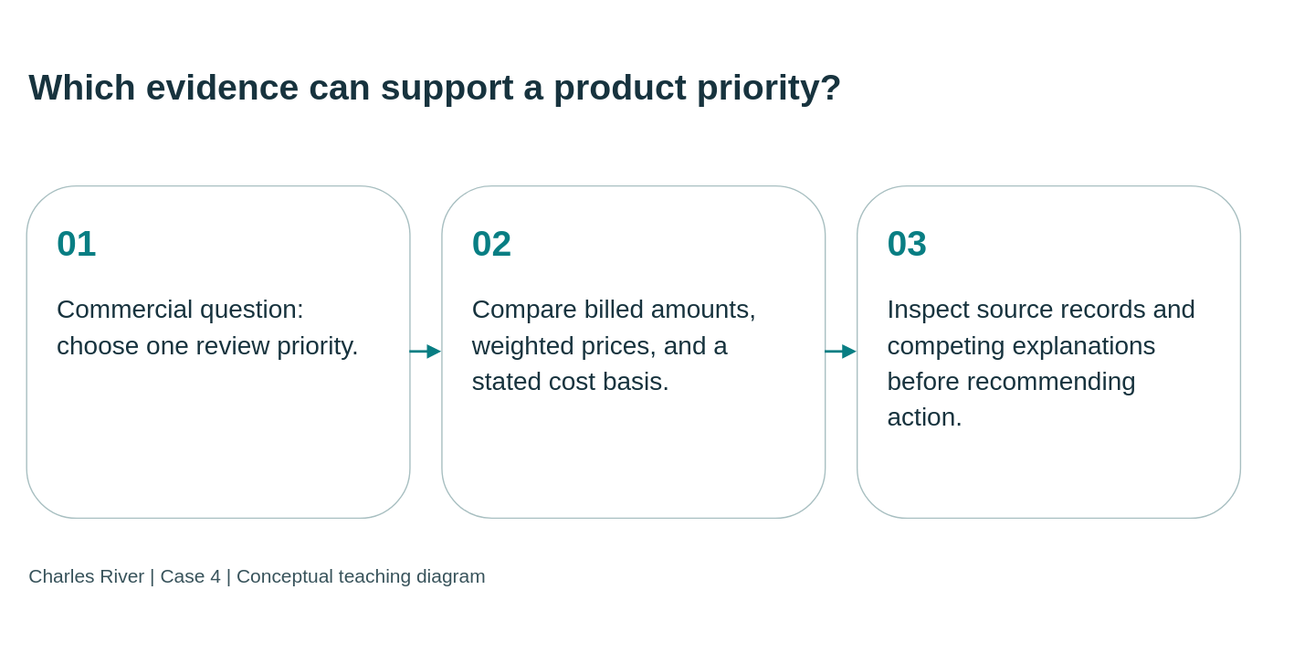
Earlier version of the draw.io export static/diagrams/cases/case04-decision.svg (mmcodesso/CharlesRiver_Database). Source tidied: cells renumbered, new cells last; positions are measured from the earlier drawing's top-left corner, leaving out a move shared by most shapes.
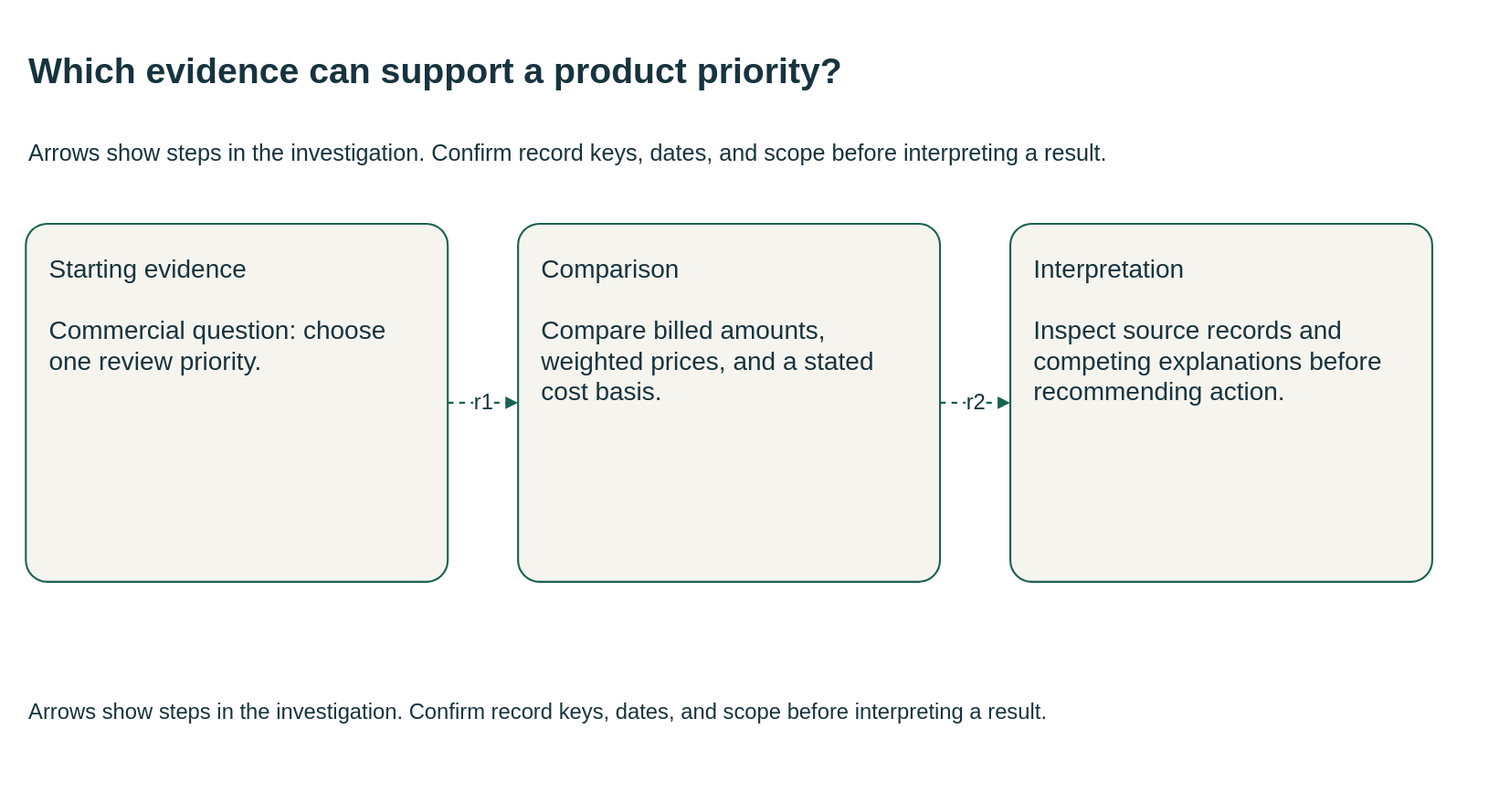
Above is the later version.

What changed in the source:
```diff
@@ -1,27 +1,30 @@
-<mxGraphModel background="#f5f5ee">
+<mxGraphModel background="#FFFFFF">
   <root>
     <mxCell id="0" />
     <mxCell id="1" parent="0" />
-    <mxCell id="2" value="Which evidence can support a product priority?" style="text;html=0;strokeColor=none;fillColor=none;align=left;verticalAlign=middle;whiteSpace=wrap;fontSize=28;fontStyle=1;fontColor=#17333e;fontFamily=Arial;" parent="1" vertex="1">
-      <mxGeometry width="950" height="95" as="geometry" />
+    <mxCell id="2" value="Which evidence can support a product priority?" style="html=0;fontFamily=Arial;fontSize=20;fontColor=#17333e;strokeColor=#196252;strokeWidth=1.5;whiteSpace=wrap;text;strokeColor=none;fillColor=none;align=left;verticalAlign=middle;fontSize=28;fontStyle=1;" parent="1" vertex="1">
+      <mxGeometry y="-10" width="1110" height="70" as="geometry" />
     </mxCell>
+    <mxCell id="9" value="Arrows show steps in the investigation. Confirm record keys, dates, and scope before interpreting a result." style="html=0;fontFamily=Arial;fontSize=20;fontColor=#17333e;strokeColor=#196252;strokeWidth=1.5;whiteSpace=wrap;text;strokeColor=none;fillColor=none;align=left;verticalAlign=middle;fontSize=18;fontStyle=0;" parent="1" vertex="1">
+      <mxGeometry y="62" width="1110" height="55" as="geometry" />
+    </mxCell>
-    <mxCell id="3" value="&lt;div style=&quot;font-size:28px;color:#087e83;font-weight:bold;margin-bottom:20px&quot;&gt;01&lt;/div&gt;&lt;div style=&quot;font-size:20px;line-height:1.4&quot;&gt;Commercial question: choose one review priority.&lt;/div&gt;" style="rounded=1;whiteSpace=wrap;html=1;fillColor=#ffffff;strokeColor=#a8bfc1;fontColor=#17333e;align=left;verticalAlign=top;spacing=24;fontFamily=Arial;fontSize=20;" parent="1" vertex="1">
-      <mxGeometry y="125" width="300" height="260" as="geometry" />
+    <mxCell id="3" value="Starting evidence&#10;&#10;Commercial question: choose one review priority." style="html=0;fontFamily=Arial;fontSize=20;fontColor=#17333e;strokeColor=#196252;strokeWidth=1.5;whiteSpace=wrap;rounded=1;arcSize=6;fillColor=#f6f4ee;align=left;verticalAlign=top;spacing=18;" parent="1" vertex="1">
+      <mxGeometry y="145" width="330" height="280" as="geometry" />
     </mxCell>
-    <mxCell id="4" value="&lt;div style=&quot;font-size:28px;color:#087e83;font-weight:bold;margin-bottom:20px&quot;&gt;02&lt;/div&gt;&lt;div style=&quot;font-size:20px;line-height:1.4&quot;&gt;Compare billed amounts, weighted prices, and a stated cost basis.&lt;/div&gt;" style="rounded=1;whiteSpace=wrap;html=1;fillColor=#ffffff;strokeColor=#a8bfc1;fontColor=#17333e;align=left;verticalAlign=top;spacing=24;fontFamily=Arial;fontSize=20;" parent="1" vertex="1">
-      <mxGeometry x="325" y="125" width="300" height="260" as="geometry" />
+    <mxCell id="4" value="Comparison&#10;&#10;Compare billed amounts, weighted prices, and a stated cost basis." style="html=0;fontFamily=Arial;fontSize=20;fontColor=#17333e;strokeColor=#196252;strokeWidth=1.5;whiteSpace=wrap;rounded=1;arcSize=6;fillColor=#f6f4ee;align=left;verticalAlign=top;spacing=18;" parent="1" vertex="1">
+      <mxGeometry x="385" y="145" width="330" height="280" as="geometry" />
     </mxCell>
-    <mxCell id="5" value="&lt;div style=&quot;font-size:28px;color:#087e83;font-weight:bold;margin-bottom:20px&quot;&gt;03&lt;/div&gt;&lt;div style=&quot;font-size:20px;line-height:1.4&quot;&gt;Inspect source records and competing explanations before recommending action.&lt;/div&gt;" style="rounded=1;whiteSpace=wrap;html=1;fillColor=#ffffff;strokeColor=#a8bfc1;fontColor=#17333e;align=left;verticalAlign=top;spacing=24;fontFamily=Arial;fontSize=20;" parent="1" vertex="1">
-      <mxGeometry x="650" y="125" width="300" height="260" as="geometry" />
+    <mxCell id="5" value="Interpretation&#10;&#10;Inspect source records and competing explanations before recommending action." style="html=0;fontFamily=Arial;fontSize=20;fontColor=#17333e;strokeColor=#196252;strokeWidth=1.5;whiteSpace=wrap;rounded=1;arcSize=6;fillColor=#f6f4ee;align=left;verticalAlign=top;spacing=18;" parent="1" vertex="1">
+      <mxGeometry x="770" y="145" width="330" height="280" as="geometry" />
     </mxCell>
-    <mxCell id="6" style="edgeStyle=orthogonalEdgeStyle;rounded=0;html=1;endArrow=block;endFill=1;strokeColor=#087e83;strokeWidth=2;" parent="1" edge="1" source="3" target="4">
+    <mxCell id="6" value="r1" style="html=0;fontFamily=Arial;fontSize=20;fontColor=#17333e;strokeColor=#196252;strokeWidth=1.5;whiteSpace=wrap;edgeStyle=orthogonalEdgeStyle;rounded=0;fillColor=none;fontSize=17;labelBackgroundColor=#FFFFFF;startArrow=none;endArrow=block;endFill=1;dashed=1;exitX=1;exitY=0.5;entryX=0;entryY=0.5;" parent="1" edge="1" source="3" target="4">
       <mxGeometry relative="1" as="geometry" />
     </mxCell>
-    <mxCell id="7" style="edgeStyle=orthogonalEdgeStyle;rounded=0;html=1;endArrow=block;endFill=1;strokeColor=#087e83;strokeWidth=2;" parent="1" edge="1" source="4" target="5">
+    <mxCell id="7" value="r2" style="html=0;fontFamily=Arial;fontSize=20;fontColor=#17333e;strokeColor=#196252;strokeWidth=1.5;whiteSpace=wrap;edgeStyle=orthogonalEdgeStyle;rounded=0;fillColor=none;fontSize=17;labelBackgroundColor=#FFFFFF;startArrow=none;endArrow=block;endFill=1;dashed=1;exitX=1;exitY=0.5;entryX=0;entryY=0.5;" parent="1" edge="1" source="4" target="5">
       <mxGeometry relative="1" as="geometry" />
     </mxCell>
-    <mxCell id="8" value="Charles River | Case 4 | Conceptual teaching diagram" style="text;html=0;strokeColor=none;fillColor=none;align=left;fontSize=15;fontColor=#38535b;fontFamily=Arial;" parent="1" vertex="1">
-      <mxGeometry y="415" width="950" height="35" as="geometry" />
+    <mxCell id="8" value="Arrows show steps in the investigation. Confirm record keys, dates, and scope before interpreting a result." style="html=0;fontFamily=Arial;fontSize=20;fontColor=#17333e;strokeColor=#196252;strokeWidth=1.5;whiteSpace=wrap;text;strokeColor=none;fillColor=none;align=left;verticalAlign=middle;fontSize=17;fontStyle=0;" parent="1" vertex="1">
+      <mxGeometry y="497" width="1110" height="60" as="geometry" />
     </mxCell>
   </root>
 </mxGraphModel>
```
